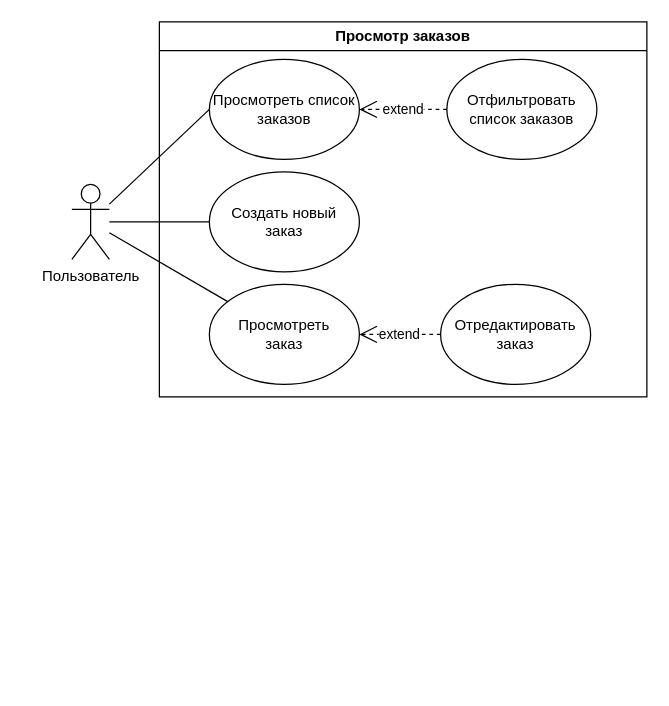
Above: page "просмотр заказов" (5 of 13) of диплом/итоговый Жени/Untitled Diagram.drawio in ipaingo/study (draw.io), before the change. Source tidied: cells renumbered, new cells numbered last; positions are measured from the earlier drawing's top-left corner, leaving out a move shared by most shapes. Both pictures are drawn from the tidied source at 125%, with x=0, y=0 at pixel (71, 21).
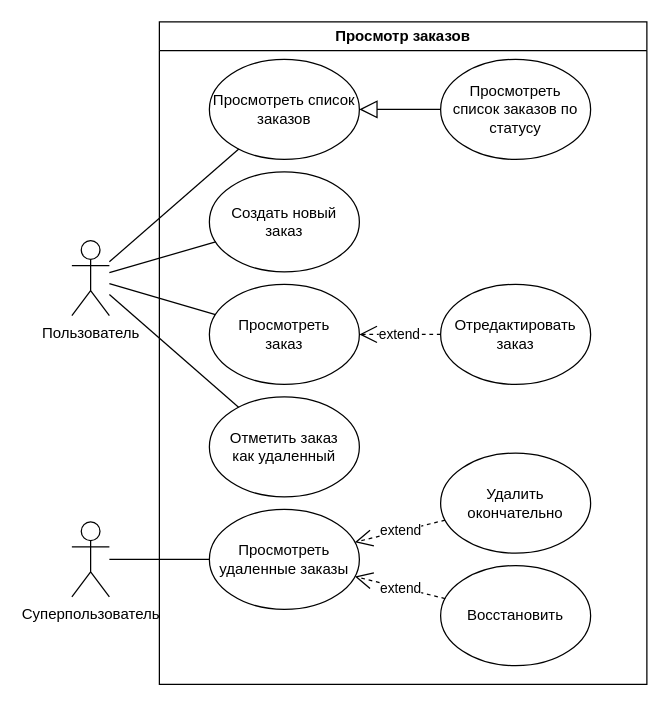
Above is the later version.

Unchanged cells that the change refers to:
```xml
<mxCell id="3" value="Просмотреть список заказов" style="ellipse;whiteSpace=wrap;html=1;" parent="2" vertex="1">
  <mxGeometry x="40" y="30" width="120" height="80" as="geometry" />
</mxCell>
<mxCell id="5" value="Создать новый&lt;br&gt;заказ" style="ellipse;whiteSpace=wrap;html=1;" parent="2" vertex="1">
  <mxGeometry x="40" y="120" width="120" height="80" as="geometry" />
</mxCell>
<mxCell id="6" value="Просмотреть&lt;br&gt;заказ" style="ellipse;whiteSpace=wrap;html=1;" parent="2" vertex="1">
  <mxGeometry x="40" y="210" width="120" height="80" as="geometry" />
</mxCell>
```

Diff of the diagram source:
```diff
@@
     <mxCell id="2" value="Просмотр заказов" style="swimlane;whiteSpace=wrap;html=1;startSize=23;" parent="1" vertex="1">
-      <mxGeometry x="70" width="390" height="300" as="geometry" />
+      <mxGeometry x="70" width="390" height="530" as="geometry" />
     </mxCell>
@@
-    <mxCell id="4" value="Отфильтровать список заказов" style="ellipse;whiteSpace=wrap;html=1;" parent="2" vertex="1">
-      <mxGeometry x="230" y="30" width="120" height="80" as="geometry" />
+    <mxCell id="4" value="Просмотреть&lt;div&gt;список заказов по статусу&lt;/div&gt;" style="ellipse;whiteSpace=wrap;html=1;" parent="2" vertex="1">
+      <mxGeometry x="225" y="30" width="120" height="80" as="geometry" />
     </mxCell>
@@
-    <mxCell id="7" value="extend" style="endArrow=open;endSize=12;dashed=1;html=1;rounded=0;" parent="2" edge="1" source="4" target="3">
-      <mxGeometry relative="1" as="geometry" />
-    </mxCell>
@@
+    <mxCell id="7" style="endArrow=block;endSize=12;endFill=0;html=1;rounded=0;" parent="2" edge="1" source="4" target="3">
+      <mxGeometry relative="1" as="geometry" />
+    </mxCell>
+    <mxCell id="14" value="Отметить заказ&lt;div&gt;как удаленный&lt;/div&gt;" style="ellipse;whiteSpace=wrap;html=1;" parent="2" vertex="1">
+      <mxGeometry x="40" y="300" width="120" height="80" as="geometry" />
+    </mxCell>
+    <mxCell id="15" value="Просмотреть удаленные заказы" style="ellipse;whiteSpace=wrap;html=1;" parent="2" vertex="1">
+      <mxGeometry x="40" y="390" width="120" height="80" as="geometry" />
+    </mxCell>
+    <mxCell id="16" value="extend" style="endArrow=open;endSize=12;dashed=1;html=1;rounded=0;" parent="2" edge="1" source="17" target="15">
+      <mxGeometry relative="1" as="geometry" />
+    </mxCell>
+    <mxCell id="17" value="Удалить окончательно" style="ellipse;whiteSpace=wrap;html=1;" parent="2" vertex="1">
+      <mxGeometry x="225" y="345" width="120" height="80" as="geometry" />
+    </mxCell>
+    <mxCell id="18" value="Восстановить" style="ellipse;whiteSpace=wrap;html=1;" parent="2" vertex="1">
+      <mxGeometry x="225" y="435" width="120" height="80" as="geometry" />
+    </mxCell>
+    <mxCell id="19" value="extend" style="endArrow=open;endSize=12;dashed=1;html=1;rounded=0;" parent="2" edge="1" source="18" target="15">
+      <mxGeometry relative="1" as="geometry" />
+    </mxCell>
+    <mxCell id="20" value="Суперпользователь" style="shape=umlActor;verticalLabelPosition=bottom;verticalAlign=top;html=1;outlineConnect=0;" parent="1" vertex="1">
+      <mxGeometry y="400" width="30" height="60" as="geometry" />
+    </mxCell>
+    <mxCell id="21" style="rounded=0;jettySize=auto;html=1;endArrow=none;startFill=0;" parent="1" edge="1" source="15" target="20">
+      <mxGeometry relative="1" as="geometry" />
+    </mxCell>
+    <mxCell id="11" value="Пользователь" style="shape=umlActor;verticalLabelPosition=bottom;verticalAlign=top;html=1;outlineConnect=0;" parent="1" vertex="1">
+      <mxGeometry y="175" width="30" height="60" as="geometry" />
+    </mxCell>
-    <mxCell id="10" style="edgeStyle=orthogonalEdgeStyle;rounded=0;jettySize=auto;html=1;entryX=0;entryY=0.5;entryDx=0;entryDy=0;endArrow=none;startFill=0;" parent="2" edge="1" source="11" target="5">
+    <mxCell id="10" style="rounded=0;jettySize=auto;html=1;endArrow=none;startFill=0;" parent="1" edge="1" source="11" target="5">
       <mxGeometry relative="1" as="geometry" />
     </mxCell>
-    <mxCell id="11" value="Пользователь" style="shape=umlActor;verticalLabelPosition=bottom;verticalAlign=top;html=1;outlineConnect=0;" parent="2" vertex="1">
-      <mxGeometry x="-70" y="130" width="30" height="60" as="geometry" />
-    </mxCell>
-    <mxCell id="12" style="rounded=0;jettySize=auto;html=1;entryX=0;entryY=0.5;entryDx=0;entryDy=0;endArrow=none;startFill=0;" parent="2" edge="1" source="11" target="3">
+    <mxCell id="12" style="rounded=0;jettySize=auto;html=1;endArrow=none;startFill=0;" parent="1" edge="1" source="11" target="3">
       <mxGeometry relative="1" as="geometry" />
     </mxCell>
-    <mxCell id="13" style="rounded=0;jettySize=auto;html=1;endArrow=none;startFill=0;" parent="2" edge="1" source="6" target="11">
+    <mxCell id="13" style="rounded=0;jettySize=auto;html=1;endArrow=none;startFill=0;" parent="1" edge="1" source="6" target="11">
       <mxGeometry relative="1" as="geometry" />
     </mxCell>
+    <mxCell id="22" style="rounded=0;jettySize=auto;html=1;endArrow=none;startFill=0;" parent="1" edge="1" source="14" target="11">
+      <mxGeometry relative="1" as="geometry" />
+    </mxCell>
```
